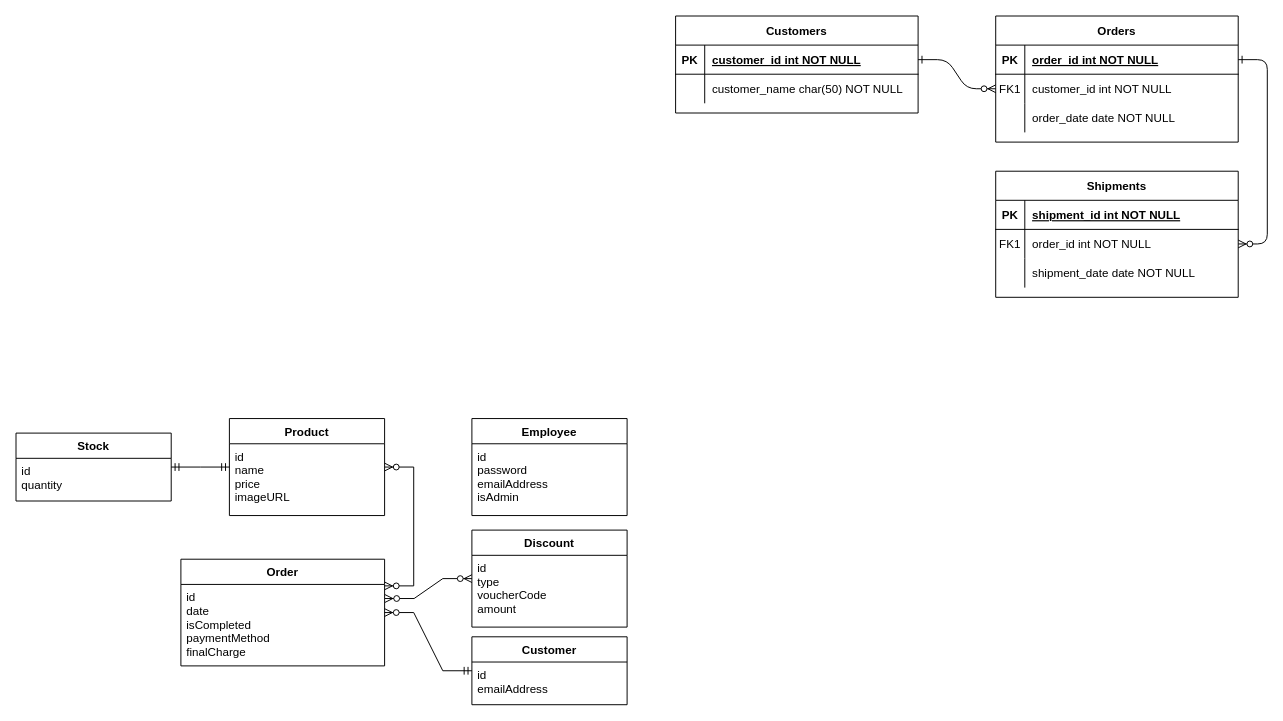
This is erd.drawio from QuinnPainter/CS4125, a draw.io file, before an edit. Source tidied: cells renumbered, new cells numbered last; positions are measured from the earlier drawing's top-left corner, leaving out a move shared by most shapes. Both pictures are drawn from the tidied source at 97%, with x=0, y=0 at pixel (16, 16).
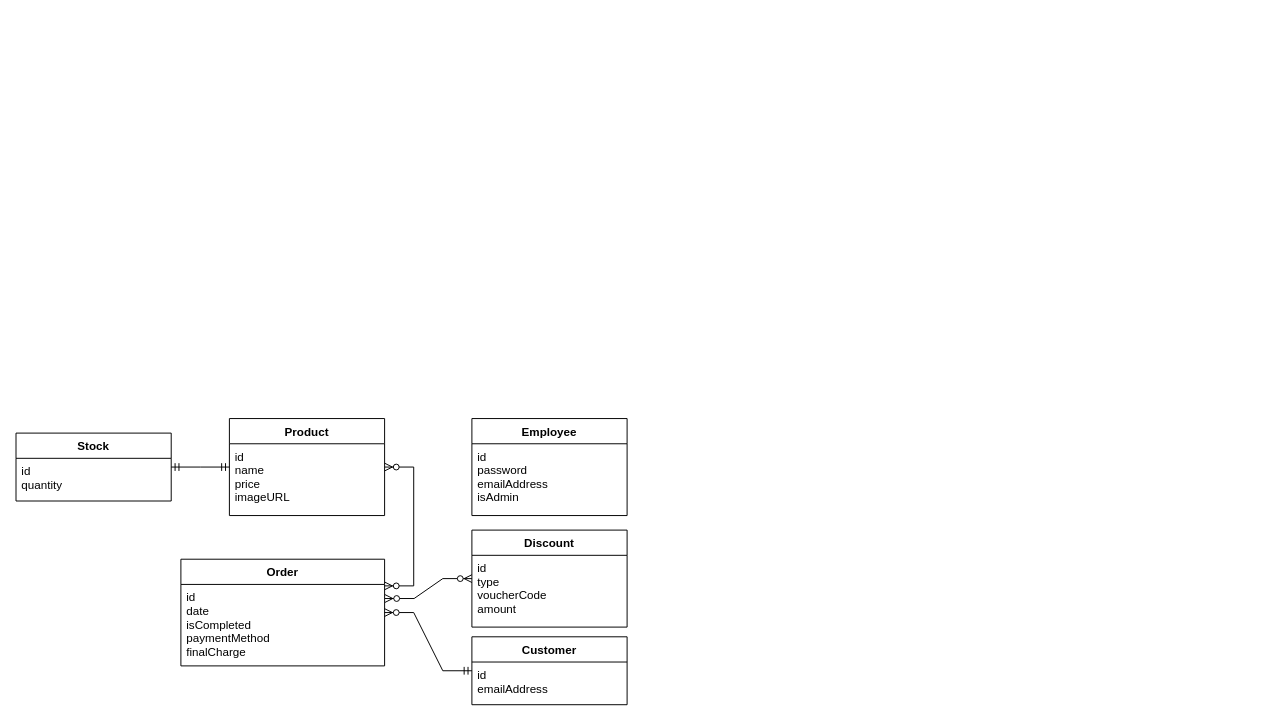
After the change.

Change to the diagram source:
```diff
@@
-    <mxCell id="2" style="edgeStyle=entityRelationEdgeStyle;endArrow=ERzeroToMany;startArrow=ERone;endFill=1;startFill=0;" parent="1" edge="1" source="25" target="8">
-      <mxGeometry relative="1" as="geometry" />
-    </mxCell>
-    <mxCell id="3" style="edgeStyle=entityRelationEdgeStyle;endArrow=ERzeroToMany;startArrow=ERone;endFill=1;startFill=0;" parent="1" edge="1" source="5" target="18">
-      <mxGeometry relative="1" as="geometry" />
-    </mxCell>
-    <mxCell id="4" value="Orders" style="shape=table;startSize=30;childLayout=tableLayout;rowLines=0;fontStyle=1;align=center;" parent="1" vertex="1">
-      <mxGeometry x="1010" width="250" height="130" as="geometry" />
-    </mxCell>
-    <mxCell id="5" style="shape=partialRectangle;fillColor=none;points=[[0,0.5],[1,0.5]];portConstraint=eastwest;top=0;left=0;right=0;bottom=1;" parent="4" vertex="1">
-      <mxGeometry y="30" width="250" height="30" as="geometry" />
-    </mxCell>
-    <mxCell id="6" value="PK" style="shape=partialRectangle;overflow=hidden;fillColor=none;top=0;left=0;bottom=0;right=0;fontStyle=1;" parent="5" vertex="1">
-      <mxGeometry width="30" height="30" as="geometry" />
-    </mxCell>
-    <mxCell id="7" value="order_id int NOT NULL " style="shape=partialRectangle;overflow=hidden;fillColor=none;top=0;left=0;bottom=0;right=0;align=left;spacingLeft=6;fontStyle=5;" parent="5" vertex="1">
-      <mxGeometry x="30" width="220" height="30" as="geometry" />
-    </mxCell>
-    <mxCell id="8" style="shape=partialRectangle;fillColor=none;points=[[0,0.5],[1,0.5]];portConstraint=eastwest;top=0;left=0;right=0;bottom=0;" parent="4" vertex="1">
-      <mxGeometry y="60" width="250" height="30" as="geometry" />
-    </mxCell>
-    <mxCell id="9" value="FK1" style="shape=partialRectangle;overflow=hidden;fillColor=none;top=0;left=0;bottom=0;right=0;" parent="8" vertex="1">
-      <mxGeometry width="30" height="30" as="geometry" />
-    </mxCell>
-    <mxCell id="10" value="customer_id int NOT NULL" style="shape=partialRectangle;overflow=hidden;fillColor=none;top=0;left=0;bottom=0;right=0;align=left;spacingLeft=6;" parent="8" vertex="1">
-      <mxGeometry x="30" width="220" height="30" as="geometry" />
-    </mxCell>
-    <mxCell id="11" style="shape=partialRectangle;fillColor=none;top=0;left=0;right=0;bottom=0;" parent="4" vertex="1">
-      <mxGeometry y="90" width="250" height="30" as="geometry" />
-    </mxCell>
-    <mxCell id="12" style="shape=partialRectangle;overflow=hidden;fillColor=none;top=0;left=0;bottom=0;right=0;" parent="11" vertex="1">
-      <mxGeometry width="30" height="30" as="geometry" />
-    </mxCell>
-    <mxCell id="13" value="order_date date NOT NULL" style="shape=partialRectangle;overflow=hidden;fillColor=none;top=0;left=0;bottom=0;right=0;align=left;spacingLeft=6;" parent="11" vertex="1">
-      <mxGeometry x="30" width="220" height="30" as="geometry" />
-    </mxCell>
-    <mxCell id="14" value="Shipments" style="shape=table;startSize=30;childLayout=tableLayout;rowLines=0;fontStyle=1;align=center;" parent="1" vertex="1">
-      <mxGeometry x="1010" y="160" width="250" height="130" as="geometry" />
-    </mxCell>
-    <mxCell id="15" style="shape=partialRectangle;fillColor=none;top=0;left=0;right=0;bottom=1;" parent="14" vertex="1">
-      <mxGeometry y="30" width="250" height="30" as="geometry" />
-    </mxCell>
-    <mxCell id="16" value="PK" style="shape=partialRectangle;overflow=hidden;fillColor=none;top=0;left=0;bottom=0;right=0;fontStyle=1;" parent="15" vertex="1">
-      <mxGeometry width="30" height="30" as="geometry" />
-    </mxCell>
-    <mxCell id="17" value="shipment_id int NOT NULL " style="shape=partialRectangle;overflow=hidden;fillColor=none;top=0;left=0;bottom=0;right=0;align=left;spacingLeft=6;fontStyle=5;" parent="15" vertex="1">
-      <mxGeometry x="30" width="220" height="30" as="geometry" />
-    </mxCell>
-    <mxCell id="18" style="shape=partialRectangle;fillColor=none;points=[[0,0.5],[1,0.5]];portConstraint=eastwest;top=0;left=0;right=0;bottom=0;" parent="14" vertex="1">
-      <mxGeometry y="60" width="250" height="30" as="geometry" />
-    </mxCell>
-    <mxCell id="19" value="FK1" style="shape=partialRectangle;overflow=hidden;fillColor=none;top=0;left=0;bottom=0;right=0;" parent="18" vertex="1">
-      <mxGeometry width="30" height="30" as="geometry" />
-    </mxCell>
-    <mxCell id="20" value="order_id int NOT NULL" style="shape=partialRectangle;overflow=hidden;fillColor=none;top=0;left=0;bottom=0;right=0;align=left;spacingLeft=6;" parent="18" vertex="1">
-      <mxGeometry x="30" width="220" height="30" as="geometry" />
-    </mxCell>
-    <mxCell id="21" style="shape=partialRectangle;fillColor=none;top=0;left=0;right=0;bottom=0;" parent="14" vertex="1">
-      <mxGeometry y="90" width="250" height="30" as="geometry" />
-    </mxCell>
-    <mxCell id="22" style="shape=partialRectangle;overflow=hidden;fillColor=none;top=0;left=0;bottom=0;right=0;" parent="21" vertex="1">
-      <mxGeometry width="30" height="30" as="geometry" />
-    </mxCell>
-    <mxCell id="23" value="shipment_date date NOT NULL" style="shape=partialRectangle;overflow=hidden;fillColor=none;top=0;left=0;bottom=0;right=0;align=left;spacingLeft=6;" parent="21" vertex="1">
-      <mxGeometry x="30" width="220" height="30" as="geometry" />
-    </mxCell>
-    <mxCell id="24" value="Customers" style="shape=table;startSize=30;childLayout=tableLayout;rowLines=0;fontStyle=1;align=center;" parent="1" vertex="1">
-      <mxGeometry x="680" width="250" height="100" as="geometry" />
-    </mxCell>
-    <mxCell id="25" style="shape=partialRectangle;fillColor=none;points=[[0,0.5],[1,0.5]];portConstraint=eastwest;top=0;left=0;right=0;bottom=1;" parent="24" vertex="1">
-      <mxGeometry y="30" width="250" height="30" as="geometry" />
-    </mxCell>
-    <mxCell id="26" value="PK" style="shape=partialRectangle;overflow=hidden;fillColor=none;top=0;left=0;bottom=0;right=0;fontStyle=1;" parent="25" vertex="1">
-      <mxGeometry width="30" height="30" as="geometry" />
-    </mxCell>
-    <mxCell id="27" value="customer_id int NOT NULL " style="shape=partialRectangle;overflow=hidden;fillColor=none;top=0;left=0;bottom=0;right=0;align=left;spacingLeft=6;fontStyle=5;" parent="25" vertex="1">
-      <mxGeometry x="30" width="220" height="30" as="geometry" />
-    </mxCell>
-    <mxCell id="28" style="shape=partialRectangle;fillColor=none;top=0;left=0;right=0;bottom=0;" parent="24" vertex="1">
-      <mxGeometry y="60" width="250" height="30" as="geometry" />
-    </mxCell>
-    <mxCell id="29" style="shape=partialRectangle;overflow=hidden;fillColor=none;top=0;left=0;bottom=0;right=0;" parent="28" vertex="1">
-      <mxGeometry width="30" height="30" as="geometry" />
-    </mxCell>
-    <mxCell id="30" value="customer_name char(50) NOT NULL" style="shape=partialRectangle;overflow=hidden;fillColor=none;top=0;left=0;bottom=0;right=0;align=left;spacingLeft=6;" parent="28" vertex="1">
-      <mxGeometry x="30" width="220" height="30" as="geometry" />
-    </mxCell>
```
